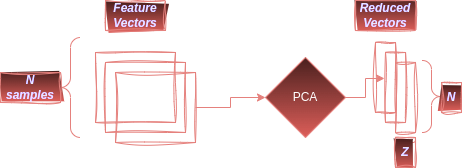
Above: assets/img/td_step2.png in acharaakshit/acharaakshit.github.io (draw.io), before the change. Source tidied: cells renumbered, new cells last; positions are measured from the earlier drawing's top-left corner, leaving out a move shared by most shapes.
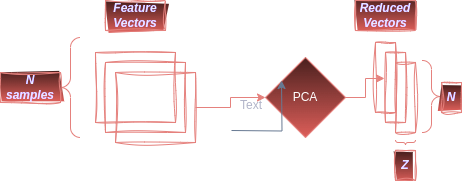
After the change.

What changed in the source:
```diff
@@ -1,4 +1,4 @@
-<mxGraphModel>
+<mxGraphModel math="1">
   <root>
     <mxCell id="0" />
     <mxCell id="1" parent="0" />
@@ -51,7 +51,16 @@
       <mxGeometry x="395" y="132" width="20" height="20" as="geometry" />
     </mxCell>
     <mxCell id="18" value="&lt;b&gt;&lt;i&gt;&lt;font color=&quot;#000099&quot;&gt;Z&lt;/font&gt;&lt;/i&gt;&lt;/b&gt;" style="text;html=1;align=center;verticalAlign=middle;whiteSpace=wrap;rounded=0;sketch=1;curveFitting=1;jiggle=2;labelBackgroundColor=none;fillColor=#f8cecc;strokeColor=#b85450;gradientColor=#ea6b66;" parent="1" vertex="1">
-      <mxGeometry x="395" y="137" width="20" height="30" as="geometry" />
+      <mxGeometry x="395" y="150" width="20" height="30" as="geometry" />
     </mxCell>
+    <mxCell id="19" value="Text" style="text;html=1;strokeColor=none;fillColor=none;align=center;verticalAlign=middle;whiteSpace=wrap;rounded=0;fontColor=#46495D;" parent="1" vertex="1">
+      <mxGeometry x="221" y="90" width="60" height="30" as="geometry" />
+    </mxCell>
+    <mxCell id="20" style="endArrow=classic;html=1;rounded=0;strokeColor=#788AA3;fontColor=#46495D;fillColor=#B2C9AB;edgeStyle=orthogonalEdgeStyle;" parent="1" edge="1">
+      <mxGeometry relative="1" as="geometry">
+        <mxPoint x="231" y="130" as="sourcePoint" />
+        <mxPoint x="281" y="80" as="targetPoint" />
+      </mxGeometry>
+    </mxCell>
   </root>
 </mxGraphModel>
```
